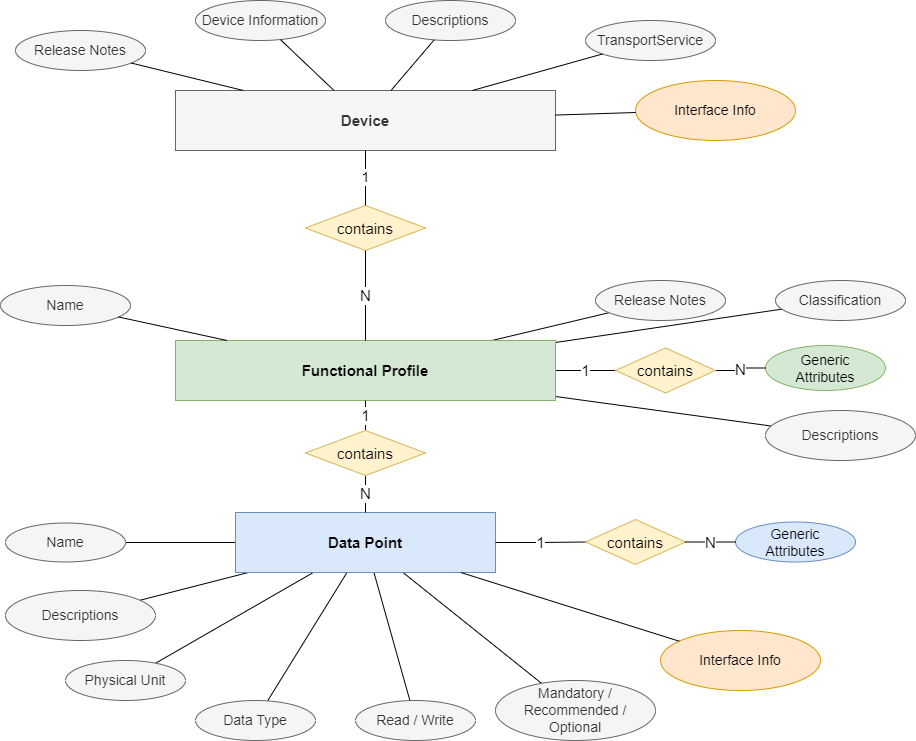
Before: doc/product.drawio.png, a diagram exported from draw.io (SmartgridReady/SGrSpecifications). Source tidied: cells renumbered, new cells last; positions are measured from the earlier drawing's top-left corner, leaving out a move shared by most shapes.
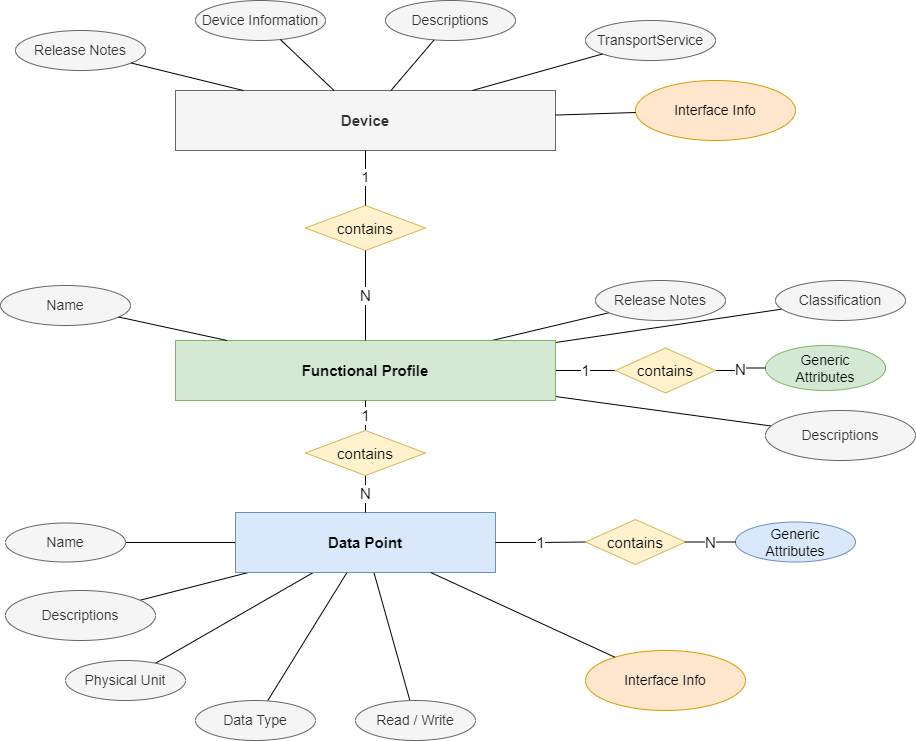
After the commit.

Commit message:
#237 Remove PresenceLevel from Product

Diff of the diagram source:
```diff
@@ -38,9 +38,6 @@
     <mxCell id="13" style="edgeStyle=none;rounded=0;jettySize=auto;html=1;strokeColor=default;fontSize=12;endArrow=none;endFill=0;" parent="1" edge="1" source="16" target="22">
       <mxGeometry relative="1" as="geometry" />
     </mxCell>
-    <mxCell id="14" style="edgeStyle=none;rounded=0;jettySize=auto;html=1;strokeColor=default;fontSize=12;endArrow=none;endFill=0;" parent="1" edge="1" source="16" target="23">
-      <mxGeometry relative="1" as="geometry" />
-    </mxCell>
     <mxCell id="15" style="edgeStyle=none;rounded=0;jettySize=auto;html=1;strokeColor=default;fontSize=12;endArrow=none;endFill=0;" parent="1" edge="1" source="16" target="24">
       <mxGeometry relative="1" as="geometry" />
     </mxCell>
@@ -65,9 +62,6 @@
     <mxCell id="22" value="Read / Write" style="ellipse;whiteSpace=wrap;html=1;fillColor=#f5f5f5;fontColor=#333333;strokeColor=#666666;fontSize=14;" parent="1" vertex="1">
       <mxGeometry x="355" y="700" width="120" height="40" as="geometry" />
     </mxCell>
-    <mxCell id="23" value="Mandatory / Recommended / Optional" style="ellipse;whiteSpace=wrap;html=1;fillColor=#f5f5f5;fontColor=#333333;strokeColor=#666666;fontSize=14;" parent="1" vertex="1">
-      <mxGeometry x="495" y="680" width="160" height="60" as="geometry" />
-    </mxCell>
     <mxCell id="24" value="Descriptions" style="ellipse;whiteSpace=wrap;html=1;fillColor=#f5f5f5;fontColor=#333333;strokeColor=#666666;fontSize=14;" parent="1" vertex="1">
       <mxGeometry x="5" y="590" width="150" height="50" as="geometry" />
     </mxCell>
@@ -126,7 +120,7 @@
       <mxGeometry relative="1" as="geometry" />
     </mxCell>
     <mxCell id="43" value="Interface Info" style="ellipse;whiteSpace=wrap;html=1;fillColor=#ffe6cc;strokeColor=#d79b00;fontSize=14;" parent="1" vertex="1">
-      <mxGeometry x="660" y="630" width="160" height="60" as="geometry" />
+      <mxGeometry x="585" y="650" width="160" height="60" as="geometry" />
     </mxCell>
     <mxCell id="44" style="endArrow=none;html=1;rounded=0;fontSize=14;" parent="1" edge="1" source="16" target="43">
       <mxGeometry relative="1" as="geometry" />
```
